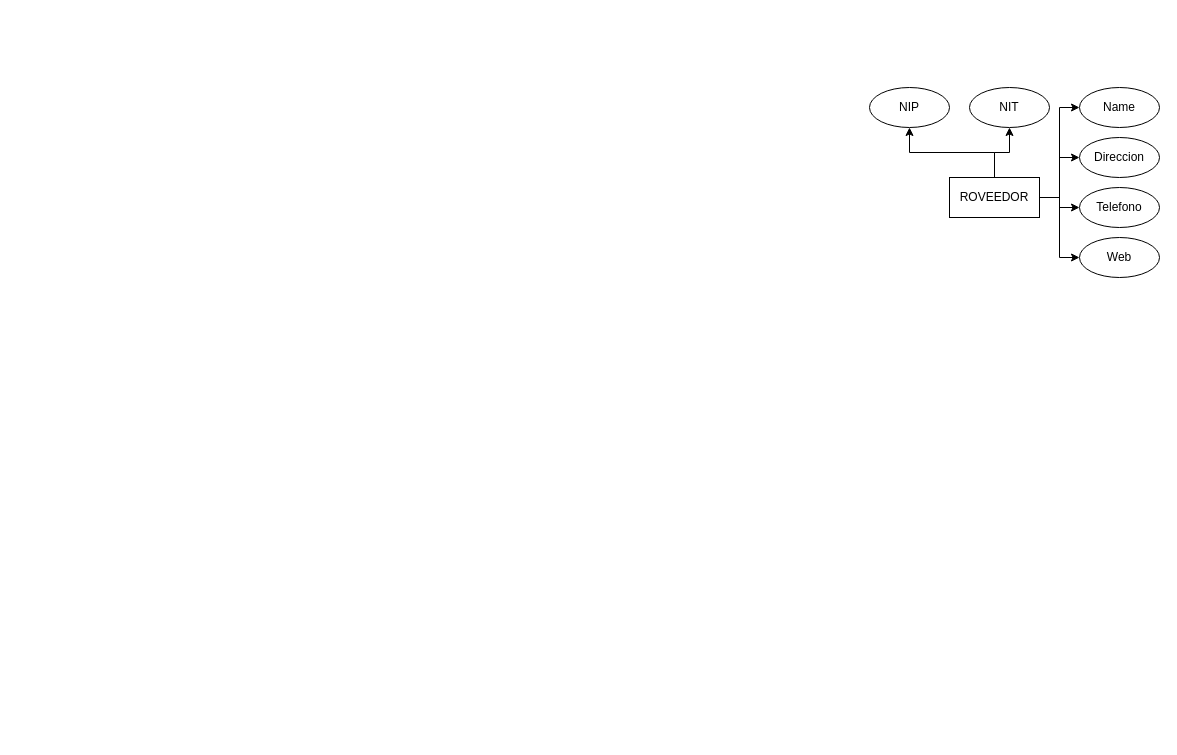
This is Untitled Diagram.drawio from jorgelopiti/db, a draw.io file, before an edit. Source tidied: cells renumbered, new cells numbered last; positions are measured from the earlier drawing's top-left corner, leaving out a move shared by most shapes. Both pictures are drawn from the tidied source at 100%, with x=0, y=0 at pixel (869, 87).
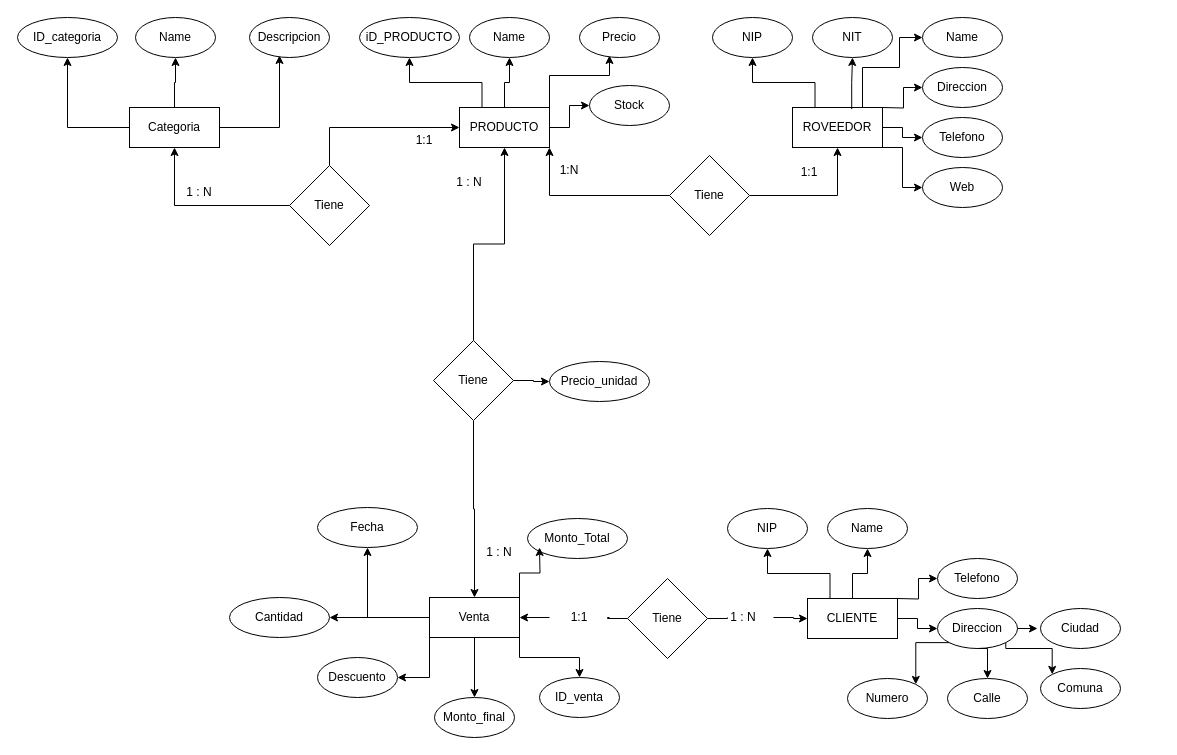
After the change.

Change to the diagram source:
```diff
@@
-    <mxCell id="2" style="edgeStyle=orthogonalEdgeStyle;rounded=0;jettySize=auto;html=1;entryX=0.5;entryY=1;entryDx=0;entryDy=0;" parent="1" edge="1" source="8" target="9">
-      <mxGeometry relative="1" as="geometry" />
-    </mxCell>
-    <mxCell id="3" style="edgeStyle=orthogonalEdgeStyle;rounded=0;jettySize=auto;html=1;entryX=0.5;entryY=1;entryDx=0;entryDy=0;" parent="1" edge="1" source="8" target="13">
-      <mxGeometry relative="1" as="geometry" />
-    </mxCell>
+    <mxCell id="15" style="group;" parent="1" vertex="1">
+      <mxGeometry x="-520" y="420" width="771" height="230" as="geometry" />
+    </mxCell>
+    <mxCell id="16" style="group;" parent="15" vertex="1">
+      <mxGeometry x="378" y="1" width="393" height="210" as="geometry" />
+    </mxCell>
+    <mxCell id="17" style="group;" parent="16" vertex="1">
+      <mxGeometry width="290" height="190" as="geometry" />
+    </mxCell>
+    <mxCell id="5" style="edgeStyle=orthogonalEdgeStyle;rounded=0;jettySize=auto;html=1;entryX=0;entryY=0.5;entryDx=0;entryDy=0;" parent="17" edge="1" target="12">
+      <mxGeometry relative="1" as="geometry">
+        <mxPoint x="170" y="90" as="sourcePoint" />
+      </mxGeometry>
+    </mxCell>
-    <mxCell id="4" style="edgeStyle=orthogonalEdgeStyle;rounded=0;jettySize=auto;html=1;entryX=0;entryY=0.5;entryDx=0;entryDy=0;" parent="1" edge="1" source="8" target="14">
+    <mxCell id="4" style="edgeStyle=orthogonalEdgeStyle;rounded=0;jettySize=auto;html=1;entryX=0.5;entryY=1;entryDx=0;entryDy=0;" parent="17" edge="1" source="8" target="14">
       <mxGeometry relative="1" as="geometry" />
     </mxCell>
-    <mxCell id="5" style="edgeStyle=orthogonalEdgeStyle;rounded=0;jettySize=auto;html=1;entryX=0;entryY=0.5;entryDx=0;entryDy=0;" parent="1" edge="1" source="8" target="12">
-      <mxGeometry relative="1" as="geometry" />
-    </mxCell>
-    <mxCell id="6" style="edgeStyle=orthogonalEdgeStyle;rounded=0;jettySize=auto;html=1;entryX=0;entryY=0.5;entryDx=0;entryDy=0;" parent="1" edge="1" source="8" target="11">
-      <mxGeometry relative="1" as="geometry" />
-    </mxCell>
-    <mxCell id="7" style="edgeStyle=orthogonalEdgeStyle;rounded=0;jettySize=auto;html=1;entryX=0;entryY=0.5;entryDx=0;entryDy=0;" parent="1" edge="1" source="8" target="10">
-      <mxGeometry relative="1" as="geometry" />
-    </mxCell>
-    <mxCell id="8" value="&lt;div&gt;ROVEEDOR&lt;/div&gt;" style="rounded=0;whiteSpace=wrap;html=1;" parent="1" vertex="1">
+    <mxCell id="8" value="CLIENTE" style="rounded=0;whiteSpace=wrap;html=1;" parent="17" vertex="1">
       <mxGeometry x="80" y="90" width="90" height="40" as="geometry" />
     </mxCell>
-    <mxCell id="9" value="NIP" style="ellipse;whiteSpace=wrap;html=1;" parent="1" vertex="1">
+    <mxCell id="9" value="NIP" style="ellipse;whiteSpace=wrap;html=1;" parent="17" vertex="1">
       <mxGeometry width="80" height="40" as="geometry" />
     </mxCell>
+    <mxCell id="2" style="edgeStyle=orthogonalEdgeStyle;rounded=0;jettySize=auto;html=1;entryX=0.5;entryY=1;entryDx=0;entryDy=0;exitX=0.25;exitY=0;exitDx=0;exitDy=0;" parent="17" edge="1" source="8" target="9">
+      <mxGeometry relative="1" as="geometry" />
+    </mxCell>
+    <mxCell id="11" value="Direccion" style="ellipse;whiteSpace=wrap;html=1;" parent="17" vertex="1">
+      <mxGeometry x="210" y="100" width="80" height="40" as="geometry" />
+    </mxCell>
+    <mxCell id="6" style="edgeStyle=orthogonalEdgeStyle;rounded=0;jettySize=auto;html=1;entryX=0;entryY=0.5;entryDx=0;entryDy=0;" parent="17" edge="1" source="8" target="11">
+      <mxGeometry relative="1" as="geometry" />
+    </mxCell>
+    <mxCell id="12" value="Telefono" style="ellipse;whiteSpace=wrap;html=1;" parent="17" vertex="1">
+      <mxGeometry x="210" y="50" width="80" height="40" as="geometry" />
+    </mxCell>
+    <mxCell id="14" value="Name" style="ellipse;whiteSpace=wrap;html=1;" parent="17" vertex="1">
+      <mxGeometry x="100" width="80" height="40" as="geometry" />
+    </mxCell>
+    <mxCell id="18" value="Numero" style="ellipse;whiteSpace=wrap;html=1;" parent="16" vertex="1">
+      <mxGeometry x="120" y="170" width="80" height="40" as="geometry" />
+    </mxCell>
+    <mxCell id="19" value="Comuna" style="ellipse;whiteSpace=wrap;html=1;" parent="16" vertex="1">
+      <mxGeometry x="313" y="160" width="80" height="40" as="geometry" />
+    </mxCell>
+    <mxCell id="20" value="Calle" style="ellipse;whiteSpace=wrap;html=1;" parent="16" vertex="1">
+      <mxGeometry x="220" y="170" width="80" height="40" as="geometry" />
+    </mxCell>
+    <mxCell id="21" value="Ciudad" style="ellipse;whiteSpace=wrap;html=1;" parent="16" vertex="1">
+      <mxGeometry x="313" y="100" width="80" height="40" as="geometry" />
+    </mxCell>
+    <mxCell id="22" style="edgeStyle=orthogonalEdgeStyle;rounded=0;jettySize=auto;html=1;exitX=1;exitY=0.5;exitDx=0;exitDy=0;" parent="16" edge="1" source="11">
+      <mxGeometry relative="1" as="geometry">
+        <mxPoint x="310" y="119.5" as="targetPoint" />
+      </mxGeometry>
+    </mxCell>
+    <mxCell id="23" style="edgeStyle=orthogonalEdgeStyle;rounded=0;jettySize=auto;html=1;exitX=1;exitY=1;exitDx=0;exitDy=0;entryX=0;entryY=0;entryDx=0;entryDy=0;" parent="16" edge="1" source="11" target="19">
+      <mxGeometry relative="1" as="geometry">
+        <Array as="points">
+          <mxPoint x="278" y="140" />
+          <mxPoint x="325" y="140" />
+        </Array>
+      </mxGeometry>
+    </mxCell>
+    <mxCell id="24" style="edgeStyle=orthogonalEdgeStyle;rounded=0;jettySize=auto;html=1;exitX=0.5;exitY=1;exitDx=0;exitDy=0;entryX=0.5;entryY=0;entryDx=0;entryDy=0;" parent="16" edge="1" source="11" target="20">
+      <mxGeometry relative="1" as="geometry" />
+    </mxCell>
+    <mxCell id="25" style="edgeStyle=orthogonalEdgeStyle;rounded=0;jettySize=auto;html=1;exitX=0;exitY=1;exitDx=0;exitDy=0;entryX=1;entryY=0;entryDx=0;entryDy=0;" parent="16" edge="1" source="11" target="18">
+      <mxGeometry relative="1" as="geometry" />
+    </mxCell>
+    <mxCell id="26" style="group;" parent="15" vertex="1">
+      <mxGeometry width="290" height="230" as="geometry" />
+    </mxCell>
+    <mxCell id="27" style="group;" parent="26" vertex="1">
+      <mxGeometry width="290" height="190" as="geometry" />
+    </mxCell>
+    <mxCell id="28" style="group;" parent="27" vertex="1">
+      <mxGeometry x="-32" width="212" height="190" as="geometry" />
+    </mxCell>
+    <mxCell id="29" value="Venta" style="rounded=0;whiteSpace=wrap;html=1;" parent="28" vertex="1">
+      <mxGeometry x="112" y="90" width="90" height="40" as="geometry" />
+    </mxCell>
+    <mxCell id="30" value="Fecha" style="ellipse;whiteSpace=wrap;html=1;" parent="28" vertex="1">
+      <mxGeometry width="100" height="40" as="geometry" />
+    </mxCell>
+    <mxCell id="31" style="edgeStyle=orthogonalEdgeStyle;rounded=0;jettySize=auto;html=1;entryX=0.5;entryY=1;entryDx=0;entryDy=0;" parent="28" edge="1" source="29" target="30">
+      <mxGeometry relative="1" as="geometry" />
+    </mxCell>
+    <mxCell id="32" value="Descuento" style="ellipse;whiteSpace=wrap;html=1;" parent="28" vertex="1">
+      <mxGeometry y="150" width="80" height="40" as="geometry" />
+    </mxCell>
+    <mxCell id="33" style="edgeStyle=orthogonalEdgeStyle;rounded=0;jettySize=auto;html=1;exitX=0;exitY=1;exitDx=0;exitDy=0;entryX=1;entryY=0.5;entryDx=0;entryDy=0;" parent="28" edge="1" source="29" target="32">
+      <mxGeometry relative="1" as="geometry" />
+    </mxCell>
+    <mxCell id="34" value="1 : N" style="text;html=1;strokeColor=none;fillColor=none;align=center;verticalAlign=middle;whiteSpace=wrap;rounded=0;" parent="28" vertex="1">
+      <mxGeometry x="152" y="30" width="60" height="30" as="geometry" />
+    </mxCell>
+    <mxCell id="35" value="Monto_Total" style="ellipse;whiteSpace=wrap;html=1;" parent="27" vertex="1">
+      <mxGeometry x="178" y="11" width="100" height="40" as="geometry" />
+    </mxCell>
+    <mxCell id="36" value="Monto_final" style="ellipse;whiteSpace=wrap;html=1;" parent="26" vertex="1">
+      <mxGeometry x="85" y="190" width="80" height="40" as="geometry" />
+    </mxCell>
+    <mxCell id="37" style="edgeStyle=orthogonalEdgeStyle;rounded=0;jettySize=auto;html=1;exitX=0.5;exitY=1;exitDx=0;exitDy=0;entryX=0.5;entryY=0;entryDx=0;entryDy=0;" parent="26" edge="1" source="29" target="36">
+      <mxGeometry relative="1" as="geometry" />
+    </mxCell>
+    <mxCell id="38" value="ID_venta" style="ellipse;whiteSpace=wrap;html=1;" parent="26" vertex="1">
+      <mxGeometry x="190" y="170" width="80" height="40" as="geometry" />
+    </mxCell>
+    <mxCell id="39" style="edgeStyle=orthogonalEdgeStyle;rounded=0;jettySize=auto;html=1;exitX=1;exitY=1;exitDx=0;exitDy=0;entryX=0.5;entryY=0;entryDx=0;entryDy=0;" parent="26" edge="1" source="29" target="38">
+      <mxGeometry relative="1" as="geometry" />
+    </mxCell>
+    <mxCell id="40" style="edgeStyle=orthogonalEdgeStyle;rounded=0;jettySize=auto;html=1;startArrow=none;" parent="15" edge="1" source="43" target="8">
+      <mxGeometry relative="1" as="geometry" />
+    </mxCell>
+    <mxCell id="41" style="edgeStyle=orthogonalEdgeStyle;rounded=0;jettySize=auto;html=1;entryX=1;entryY=0.5;entryDx=0;entryDy=0;startArrow=none;" parent="15" edge="1" source="45" target="29">
+      <mxGeometry relative="1" as="geometry" />
+    </mxCell>
+    <mxCell id="42" value="Tiene" style="rhombus;whiteSpace=wrap;html=1;" parent="15" vertex="1">
+      <mxGeometry x="278" y="71" width="80" height="80" as="geometry" />
+    </mxCell>
+    <mxCell id="43" value="1 : N" style="text;html=1;strokeColor=none;fillColor=none;align=center;verticalAlign=middle;whiteSpace=wrap;rounded=0;" parent="15" vertex="1">
+      <mxGeometry x="364" y="95" width="60" height="30" as="geometry" />
+    </mxCell>
+    <mxCell id="44" style="edgeStyle=orthogonalEdgeStyle;rounded=0;jettySize=auto;html=1;endArrow=none;" parent="15" edge="1" source="42" target="43">
+      <mxGeometry relative="1" as="geometry" />
+    </mxCell>
+    <mxCell id="45" value="1:1" style="text;html=1;strokeColor=none;fillColor=none;align=center;verticalAlign=middle;whiteSpace=wrap;rounded=0;" parent="15" vertex="1">
+      <mxGeometry x="200" y="95" width="60" height="30" as="geometry" />
+    </mxCell>
+    <mxCell id="46" style="edgeStyle=orthogonalEdgeStyle;rounded=0;jettySize=auto;html=1;entryX=1;entryY=0.5;entryDx=0;entryDy=0;endArrow=none;" parent="15" edge="1" source="42" target="45">
+      <mxGeometry relative="1" as="geometry" />
+    </mxCell>
+    <mxCell id="47" style="group;" parent="1" vertex="1">
+      <mxGeometry x="-820" y="-70" width="953" height="228" as="geometry" />
+    </mxCell>
+    <mxCell id="48" style="group;" parent="47" vertex="1">
+      <mxGeometry x="663" width="290" height="190" as="geometry" />
+    </mxCell>
+    <mxCell id="49" style="edgeStyle=orthogonalEdgeStyle;rounded=0;jettySize=auto;html=1;entryX=0;entryY=0.5;entryDx=0;entryDy=0;" parent="48" edge="1" target="56">
+      <mxGeometry relative="1" as="geometry">
+        <mxPoint x="170" y="90" as="sourcePoint" />
+      </mxGeometry>
+    </mxCell>
+    <mxCell id="50" value="&lt;div&gt;ROVEEDOR&lt;/div&gt;" style="rounded=0;whiteSpace=wrap;html=1;" parent="48" vertex="1">
+      <mxGeometry x="80" y="90" width="90" height="40" as="geometry" />
+    </mxCell>
+    <mxCell id="51" value="NIP" style="ellipse;whiteSpace=wrap;html=1;" parent="48" vertex="1">
+      <mxGeometry width="80" height="40" as="geometry" />
+    </mxCell>
+    <mxCell id="52" style="edgeStyle=orthogonalEdgeStyle;rounded=0;jettySize=auto;html=1;entryX=0.5;entryY=1;entryDx=0;entryDy=0;exitX=0.25;exitY=0;exitDx=0;exitDy=0;" parent="48" edge="1" source="50" target="51">
+      <mxGeometry relative="1" as="geometry" />
+    </mxCell>
-    <mxCell id="10" value="Web" style="ellipse;whiteSpace=wrap;html=1;" parent="1" vertex="1">
+    <mxCell id="10" value="Web" style="ellipse;whiteSpace=wrap;html=1;" parent="48" vertex="1">
       <mxGeometry x="210" y="150" width="80" height="40" as="geometry" />
     </mxCell>
-    <mxCell id="11" value="Telefono" style="ellipse;whiteSpace=wrap;html=1;" parent="1" vertex="1">
-      <mxGeometry x="210" y="100" width="80" height="40" as="geometry" />
-    </mxCell>
-    <mxCell id="12" value="Direccion" style="ellipse;whiteSpace=wrap;html=1;" parent="1" vertex="1">
-      <mxGeometry x="210" y="50" width="80" height="40" as="geometry" />
-    </mxCell>
+    <mxCell id="53" style="edgeStyle=orthogonalEdgeStyle;rounded=0;jettySize=auto;html=1;entryX=0;entryY=0.5;entryDx=0;entryDy=0;exitX=1;exitY=1;exitDx=0;exitDy=0;" parent="48" edge="1" source="50" target="10">
+      <mxGeometry relative="1" as="geometry">
+        <Array as="points">
+          <mxPoint x="190" y="130" />
+          <mxPoint x="190" y="170" />
+        </Array>
+      </mxGeometry>
+    </mxCell>
+    <mxCell id="54" value="Telefono" style="ellipse;whiteSpace=wrap;html=1;" parent="48" vertex="1">
+      <mxGeometry x="210" y="100" width="80" height="40" as="geometry" />
+    </mxCell>
+    <mxCell id="55" style="edgeStyle=orthogonalEdgeStyle;rounded=0;jettySize=auto;html=1;entryX=0;entryY=0.5;entryDx=0;entryDy=0;" parent="48" edge="1" source="50" target="54">
+      <mxGeometry relative="1" as="geometry" />
+    </mxCell>
+    <mxCell id="56" value="Direccion" style="ellipse;whiteSpace=wrap;html=1;" parent="48" vertex="1">
+      <mxGeometry x="210" y="50" width="80" height="40" as="geometry" />
+    </mxCell>
-    <mxCell id="13" value="NIT" style="ellipse;whiteSpace=wrap;html=1;" parent="1" vertex="1">
+    <mxCell id="13" value="NIT" style="ellipse;whiteSpace=wrap;html=1;" parent="48" vertex="1">
       <mxGeometry x="100" width="80" height="40" as="geometry" />
     </mxCell>
-    <mxCell id="14" value="Name" style="ellipse;whiteSpace=wrap;html=1;" parent="1" vertex="1">
-      <mxGeometry x="210" width="80" height="40" as="geometry" />
-    </mxCell>
+    <mxCell id="57" style="edgeStyle=orthogonalEdgeStyle;rounded=0;jettySize=auto;html=1;entryX=0.5;entryY=1;entryDx=0;entryDy=0;exitX=0.658;exitY=0.042;exitDx=0;exitDy=0;exitPerimeter=0;" parent="48" edge="1" source="50" target="13">
+      <mxGeometry relative="1" as="geometry" />
+    </mxCell>
+    <mxCell id="58" value="Name" style="ellipse;whiteSpace=wrap;html=1;" parent="48" vertex="1">
+      <mxGeometry x="210" width="80" height="40" as="geometry" />
+    </mxCell>
+    <mxCell id="59" style="edgeStyle=orthogonalEdgeStyle;rounded=0;jettySize=auto;html=1;entryX=0;entryY=0.5;entryDx=0;entryDy=0;exitX=0.75;exitY=0;exitDx=0;exitDy=0;" parent="48" edge="1" source="50" target="58">
+      <mxGeometry relative="1" as="geometry">
+        <Array as="points">
+          <mxPoint x="150" y="50" />
+          <mxPoint x="187" y="50" />
+          <mxPoint x="187" y="20" />
+        </Array>
+      </mxGeometry>
+    </mxCell>
+    <mxCell id="60" value="1:1" style="text;html=1;strokeColor=none;fillColor=none;align=center;verticalAlign=middle;whiteSpace=wrap;rounded=0;" parent="48" vertex="1">
+      <mxGeometry x="67" y="140" width="60" height="30" as="geometry" />
+    </mxCell>
+    <mxCell id="61" style="group;" parent="47" vertex="1">
+      <mxGeometry x="330" width="290" height="190" as="geometry" />
+    </mxCell>
+    <mxCell id="62" style="edgeStyle=orthogonalEdgeStyle;rounded=0;jettySize=auto;html=1;entryX=0.375;entryY=0.95;entryDx=0;entryDy=0;entryPerimeter=0;" parent="61" edge="1" target="69">
+      <mxGeometry relative="1" as="geometry">
+        <mxPoint x="170" y="90" as="sourcePoint" />
+        <Array as="points">
+          <mxPoint x="170" y="58" />
+          <mxPoint x="230" y="58" />
+        </Array>
+      </mxGeometry>
+    </mxCell>
+    <mxCell id="63" style="edgeStyle=orthogonalEdgeStyle;rounded=0;jettySize=auto;html=1;exitX=0.5;exitY=0;exitDx=0;exitDy=0;entryX=0.5;entryY=1;entryDx=0;entryDy=0;" parent="61" edge="1" source="64" target="70">
+      <mxGeometry relative="1" as="geometry" />
+    </mxCell>
+    <mxCell id="64" value="PRODUCTO" style="rounded=0;whiteSpace=wrap;html=1;" parent="61" vertex="1">
+      <mxGeometry x="80" y="90" width="90" height="40" as="geometry" />
+    </mxCell>
+    <mxCell id="65" value="iD_PRODUCTO" style="ellipse;whiteSpace=wrap;html=1;" parent="61" vertex="1">
+      <mxGeometry x="-20" width="100" height="40" as="geometry" />
+    </mxCell>
+    <mxCell id="66" style="edgeStyle=orthogonalEdgeStyle;rounded=0;jettySize=auto;html=1;entryX=0.5;entryY=1;entryDx=0;entryDy=0;exitX=0.25;exitY=0;exitDx=0;exitDy=0;" parent="61" edge="1" source="64" target="65">
+      <mxGeometry relative="1" as="geometry" />
+    </mxCell>
+    <mxCell id="67" value="Stock" style="ellipse;whiteSpace=wrap;html=1;" parent="61" vertex="1">
+      <mxGeometry x="210" y="68" width="80" height="40" as="geometry" />
+    </mxCell>
+    <mxCell id="68" style="edgeStyle=orthogonalEdgeStyle;rounded=0;jettySize=auto;html=1;entryX=0;entryY=0.5;entryDx=0;entryDy=0;" parent="61" edge="1" source="64" target="67">
+      <mxGeometry relative="1" as="geometry" />
+    </mxCell>
+    <mxCell id="69" value="Precio" style="ellipse;whiteSpace=wrap;html=1;" parent="61" vertex="1">
+      <mxGeometry x="200" width="80" height="40" as="geometry" />
+    </mxCell>
+    <mxCell id="70" value="Name" style="ellipse;whiteSpace=wrap;html=1;" parent="61" vertex="1">
+      <mxGeometry x="90" width="80" height="40" as="geometry" />
+    </mxCell>
+    <mxCell id="71" value="1:N" style="text;html=1;strokeColor=none;fillColor=none;align=center;verticalAlign=middle;whiteSpace=wrap;rounded=0;" parent="61" vertex="1">
+      <mxGeometry x="160" y="138" width="60" height="30" as="geometry" />
+    </mxCell>
+    <mxCell id="72" value="1:1" style="text;html=1;strokeColor=none;fillColor=none;align=center;verticalAlign=middle;whiteSpace=wrap;rounded=0;" parent="61" vertex="1">
+      <mxGeometry x="15" y="108" width="60" height="30" as="geometry" />
+    </mxCell>
+    <mxCell id="73" value="1 : N" style="text;html=1;strokeColor=none;fillColor=none;align=center;verticalAlign=middle;whiteSpace=wrap;rounded=0;" parent="61" vertex="1">
+      <mxGeometry x="60" y="150" width="60" height="30" as="geometry" />
+    </mxCell>
+    <mxCell id="74" style="edgeStyle=orthogonalEdgeStyle;rounded=0;jettySize=auto;html=1;exitX=1;exitY=0.5;exitDx=0;exitDy=0;entryX=0.5;entryY=1;entryDx=0;entryDy=0;" parent="47" edge="1" source="76" target="50">
+      <mxGeometry relative="1" as="geometry" />
+    </mxCell>
+    <mxCell id="75" style="edgeStyle=orthogonalEdgeStyle;rounded=0;jettySize=auto;html=1;exitX=0;exitY=0.5;exitDx=0;exitDy=0;entryX=1;entryY=1;entryDx=0;entryDy=0;" parent="47" edge="1" source="76" target="64">
+      <mxGeometry relative="1" as="geometry" />
+    </mxCell>
+    <mxCell id="76" value="Tiene" style="rhombus;whiteSpace=wrap;html=1;" parent="47" vertex="1">
+      <mxGeometry x="620" y="138" width="80" height="80" as="geometry" />
+    </mxCell>
+    <mxCell id="77" style="group;" parent="47" vertex="1">
+      <mxGeometry width="290" height="190" as="geometry" />
+    </mxCell>
+    <mxCell id="78" style="edgeStyle=orthogonalEdgeStyle;rounded=0;jettySize=auto;html=1;entryX=0.375;entryY=0.95;entryDx=0;entryDy=0;entryPerimeter=0;exitX=1;exitY=0.5;exitDx=0;exitDy=0;" parent="77" edge="1" source="81" target="83">
+      <mxGeometry relative="1" as="geometry">
+        <Array as="points">
+          <mxPoint x="230" y="110" />
+        </Array>
+      </mxGeometry>
+    </mxCell>
+    <mxCell id="79" style="edgeStyle=orthogonalEdgeStyle;rounded=0;jettySize=auto;html=1;exitX=0.5;exitY=0;exitDx=0;exitDy=0;entryX=0.5;entryY=1;entryDx=0;entryDy=0;" parent="77" edge="1" source="81" target="84">
+      <mxGeometry relative="1" as="geometry" />
+    </mxCell>
+    <mxCell id="80" style="edgeStyle=orthogonalEdgeStyle;rounded=0;jettySize=auto;html=1;entryX=0.5;entryY=1;entryDx=0;entryDy=0;" parent="77" edge="1" source="81" target="82">
+      <mxGeometry relative="1" as="geometry" />
+    </mxCell>
+    <mxCell id="81" value="Categoria" style="rounded=0;whiteSpace=wrap;html=1;" parent="77" vertex="1">
+      <mxGeometry x="80" y="90" width="90" height="40" as="geometry" />
+    </mxCell>
+    <mxCell id="82" value="ID_categoria" style="ellipse;whiteSpace=wrap;html=1;" parent="77" vertex="1">
+      <mxGeometry x="-32" width="100" height="40" as="geometry" />
+    </mxCell>
+    <mxCell id="83" value="Descripcion" style="ellipse;whiteSpace=wrap;html=1;" parent="77" vertex="1">
+      <mxGeometry x="200" width="80" height="40" as="geometry" />
+    </mxCell>
+    <mxCell id="84" value="Name" style="ellipse;whiteSpace=wrap;html=1;" parent="77" vertex="1">
+      <mxGeometry x="86" width="80" height="40" as="geometry" />
+    </mxCell>
+    <mxCell id="85" value="1 : N" style="text;html=1;strokeColor=none;fillColor=none;align=center;verticalAlign=middle;whiteSpace=wrap;rounded=0;" parent="77" vertex="1">
+      <mxGeometry x="120" y="160" width="60" height="30" as="geometry" />
+    </mxCell>
+    <mxCell id="86" style="edgeStyle=orthogonalEdgeStyle;rounded=0;jettySize=auto;html=1;entryX=0;entryY=0.5;entryDx=0;entryDy=0;exitX=0.5;exitY=0;exitDx=0;exitDy=0;" parent="47" edge="1" source="88" target="64">
+      <mxGeometry relative="1" as="geometry" />
+    </mxCell>
+    <mxCell id="87" style="edgeStyle=orthogonalEdgeStyle;rounded=0;jettySize=auto;html=1;entryX=0.5;entryY=1;entryDx=0;entryDy=0;" parent="47" edge="1" source="88" target="81">
+      <mxGeometry relative="1" as="geometry" />
+    </mxCell>
+    <mxCell id="88" value="Tiene" style="rhombus;whiteSpace=wrap;html=1;" parent="47" vertex="1">
+      <mxGeometry x="240" y="148" width="80" height="80" as="geometry" />
+    </mxCell>
+    <mxCell id="89" style="edgeStyle=orthogonalEdgeStyle;rounded=0;jettySize=auto;html=1;entryX=0.5;entryY=0;entryDx=0;entryDy=0;" parent="1" edge="1" source="92" target="29">
+      <mxGeometry relative="1" as="geometry" />
+    </mxCell>
+    <mxCell id="90" style="edgeStyle=orthogonalEdgeStyle;rounded=0;jettySize=auto;html=1;entryX=0.5;entryY=1;entryDx=0;entryDy=0;" parent="1" edge="1" source="92" target="64">
+      <mxGeometry relative="1" as="geometry" />
+    </mxCell>
+    <mxCell id="91" style="edgeStyle=orthogonalEdgeStyle;rounded=0;jettySize=auto;html=1;" parent="1" edge="1" source="92" target="96">
+      <mxGeometry relative="1" as="geometry" />
+    </mxCell>
+    <mxCell id="92" value="Tiene" style="rhombus;whiteSpace=wrap;html=1;" parent="1" vertex="1">
+      <mxGeometry x="-436" y="253" width="80" height="80" as="geometry" />
+    </mxCell>
+    <mxCell id="93" value="Cantidad" style="ellipse;whiteSpace=wrap;html=1;" parent="1" vertex="1">
+      <mxGeometry x="-640" y="510" width="100" height="40" as="geometry" />
+    </mxCell>
+    <mxCell id="94" style="edgeStyle=orthogonalEdgeStyle;rounded=0;jettySize=auto;html=1;entryX=1;entryY=0.5;entryDx=0;entryDy=0;" parent="1" edge="1" source="29" target="93">
+      <mxGeometry relative="1" as="geometry" />
+    </mxCell>
+    <mxCell id="95" style="edgeStyle=orthogonalEdgeStyle;rounded=0;jettySize=auto;html=1;exitX=1;exitY=0;exitDx=0;exitDy=0;" parent="1" edge="1" source="29">
+      <mxGeometry relative="1" as="geometry">
+        <mxPoint x="-330" y="460" as="targetPoint" />
+      </mxGeometry>
+    </mxCell>
+    <mxCell id="96" value="Precio_unidad" style="ellipse;whiteSpace=wrap;html=1;" parent="1" vertex="1">
+      <mxGeometry x="-320" y="274" width="100" height="40" as="geometry" />
+    </mxCell>
```
